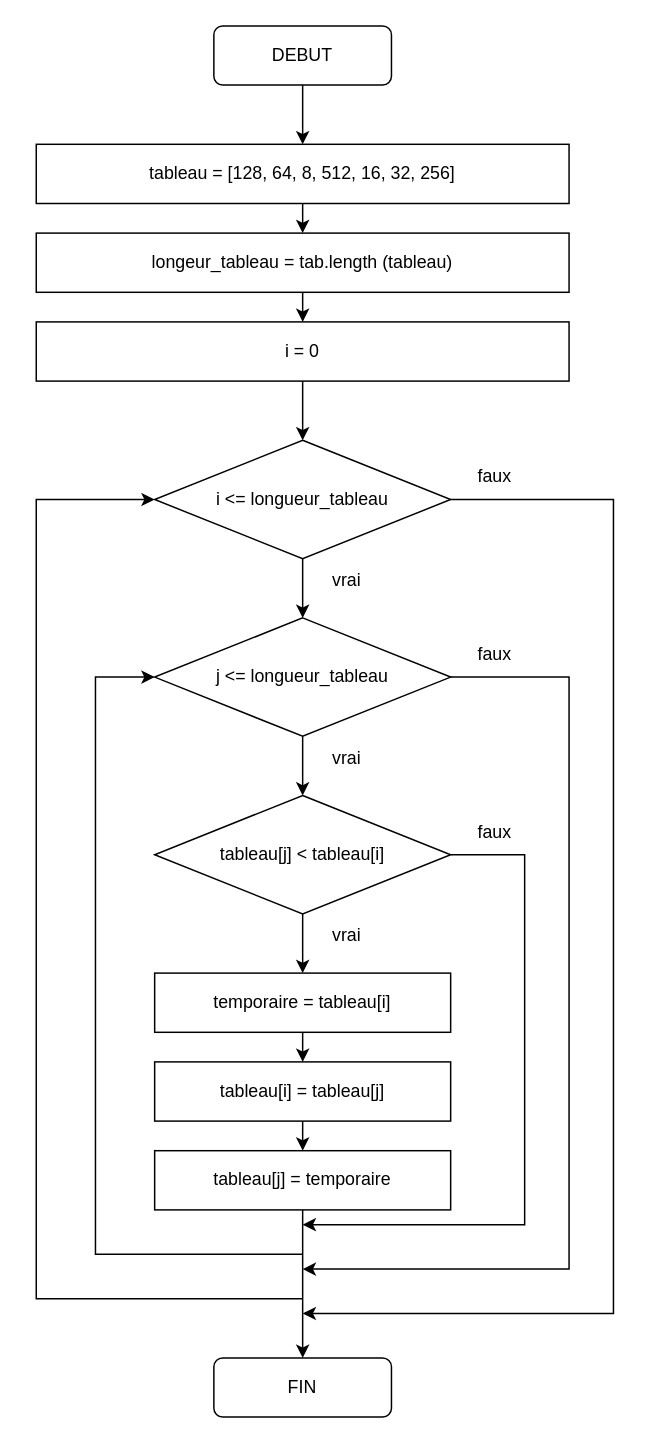
Above: 01 ALGORITHMIQUE/4.4 Tri d'un tableau.drawio in D-CRAVO/FORMATION-DWWM-2022 (draw.io), before the change. Source tidied: cells renumbered, new cells numbered last; positions are measured from the earlier drawing's top-left corner, leaving out a move shared by most shapes. Both pictures are drawn from the tidied source at 148%, with x=0, y=0 at pixel (36, 25).
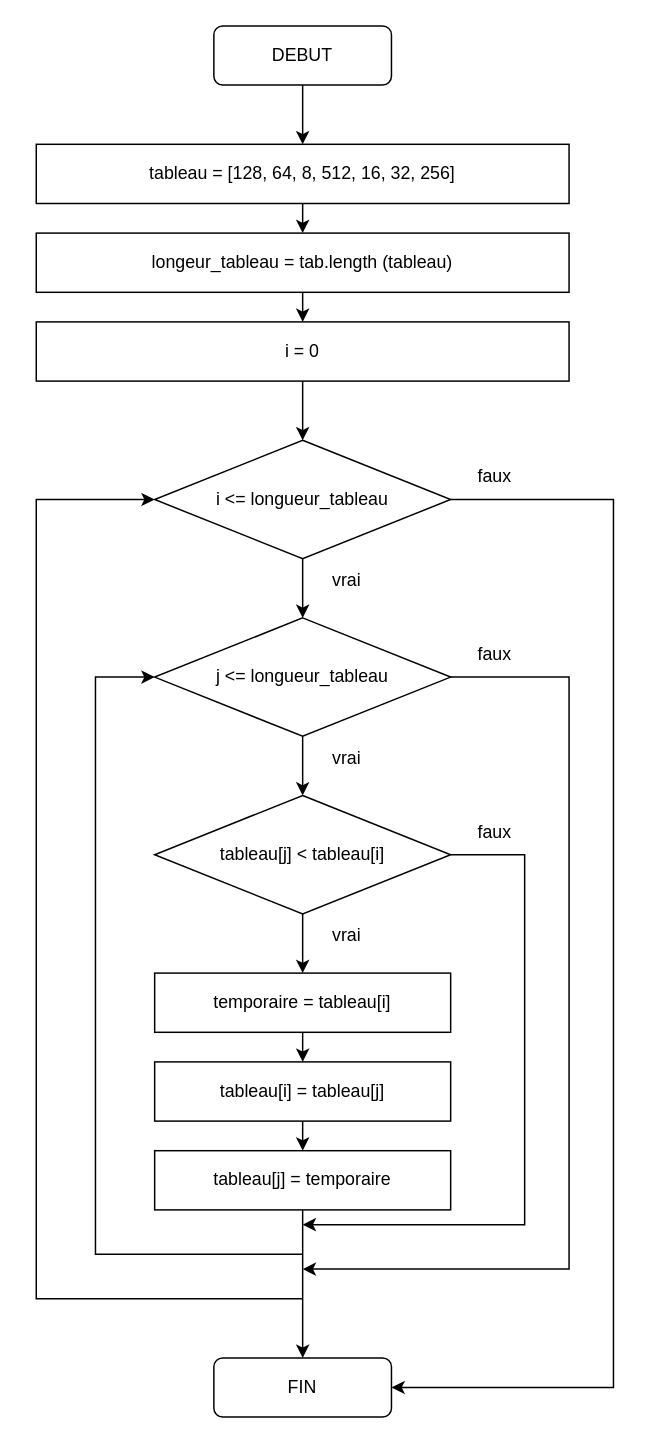
The same diagram, later.

Unchanged cells that the change refers to:
```xml
<mxCell id="9" style="rhombus;whiteSpace=wrap;html=1;fillColor=none;" parent="1" vertex="1">
  <mxGeometry x="80" y="280" width="200" height="80" as="geometry" />
</mxCell>
<mxCell id="24" style="rounded=1;whiteSpace=wrap;html=1;fillColor=none;" parent="1" vertex="1">
  <mxGeometry x="120" y="900" width="120" height="40" as="geometry" />
</mxCell>
```

The edit, as a diff of the source:
```diff
@@
-    <mxCell id="8" style="edgeStyle=orthogonalEdgeStyle;rounded=0;jettySize=auto;html=1;exitX=1;exitY=0.5;exitDx=0;exitDy=0;" parent="1" edge="1" source="9">
+    <mxCell id="8" style="edgeStyle=orthogonalEdgeStyle;rounded=0;jettySize=auto;html=1;exitX=1;exitY=0.5;exitDx=0;exitDy=0;entryX=1;entryY=0.5;entryDx=0;entryDy=0;" parent="1" edge="1" source="9" target="24">
       <mxGeometry relative="1" as="geometry">
-        <mxPoint x="180" y="870" as="targetPoint" />
         <Array as="points">
           <mxPoint x="390" y="320" />
-          <mxPoint x="390" y="870" />
-          <mxPoint x="180" y="870" />
+          <mxPoint x="390" y="920" />
         </Array>
       </mxGeometry>
     </mxCell>
```
